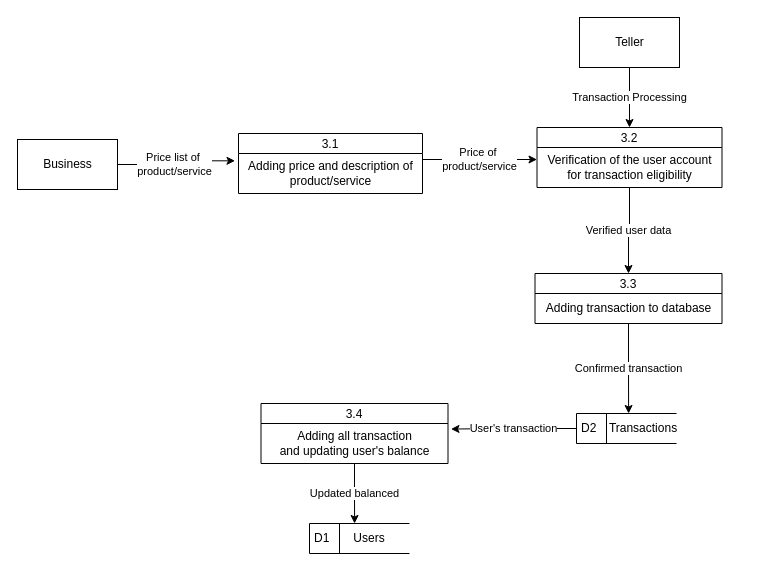
The draw.io diagram page "DFD - 3.0" (12 of 15) of docs/AUPay Diagrams.drawio in 1icolo/AUPay, before the edit. Source tidied: cells renumbered, new cells numbered last; positions are measured from the earlier drawing's top-left corner, leaving out a move shared by most shapes. Both pictures are drawn from the tidied source at 100%, with x=0, y=0 at pixel (17, 17).
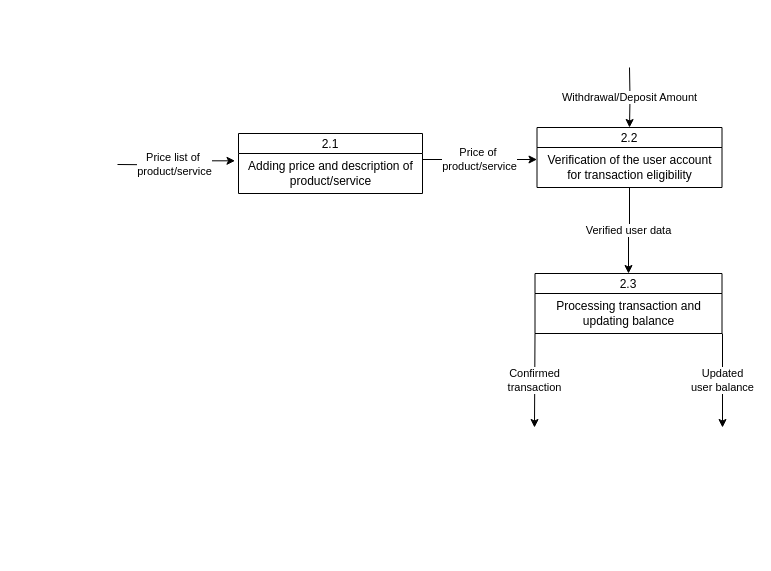
After the change.

The change refers to these unchanged cells:
```xml
<mxCell id="12" value="Adding price and description of &lt;br&gt;product/service" style="text;html=1;align=center;verticalAlign=middle;points=[];strokeColor=none;fillColor=none;" parent="11" vertex="1">
  <mxGeometry y="20" width="184" height="40" as="geometry" />
</mxCell>
```

The edit, as a diff of the source:
```diff
@@
-    <mxCell id="3" style="group;" parent="1" vertex="1">
-      <mxGeometry x="559" y="396" width="100" height="30" as="geometry" />
-    </mxCell>
-    <mxCell id="4" value="D2" style="html=1;dashed=0;whitespace=wrap;shape=mxgraph.dfd.dataStoreID;align=left;spacingLeft=3;points=[[0,0],[0.5,0],[1,0],[0,0.5],[1,0.5],[0,1],[0.5,1],[1,1]];" parent="3" vertex="1">
-      <mxGeometry width="100" height="30" as="geometry" />
-    </mxCell>
-    <mxCell id="5" value="Transactions" style="text;strokeColor=none;align=center;fillColor=none;html=1;verticalAlign=middle;whiteSpace=wrap;rounded=0;" parent="3" vertex="1">
-      <mxGeometry x="37.1" width="60" height="30" as="geometry" />
-    </mxCell>
-    <mxCell id="6" style="group;" parent="1" vertex="1">
-      <mxGeometry x="292" y="506" width="100" height="30" as="geometry" />
-    </mxCell>
-    <mxCell id="7" value="D1" style="html=1;dashed=0;whitespace=wrap;shape=mxgraph.dfd.dataStoreID;align=left;spacingLeft=3;" parent="6" vertex="1">
-      <mxGeometry width="100" height="30" as="geometry" />
-    </mxCell>
-    <mxCell id="8" value="Users" style="text;strokeColor=none;align=center;fillColor=none;html=1;verticalAlign=middle;whiteSpace=wrap;rounded=0;" parent="6" vertex="1">
-      <mxGeometry x="30.1" width="60" height="30" as="geometry" />
-    </mxCell>
-    <mxCell id="9" value="Price list of&amp;nbsp;&lt;br&gt;product/service" style="edgeStyle=orthogonalEdgeStyle;rounded=0;jettySize=auto;html=1;entryX=-0.019;entryY=0.183;entryDx=0;entryDy=0;entryPerimeter=0;" parent="1" edge="1" source="10" target="12">
-      <mxGeometry x="-0.06" relative="1" as="geometry" />
+    <mxCell id="9" value="Price list of&amp;nbsp;&lt;br&gt;product/service" style="edgeStyle=orthogonalEdgeStyle;rounded=0;jettySize=auto;html=1;entryX=-0.019;entryY=0.183;entryDx=0;entryDy=0;entryPerimeter=0;" parent="1" edge="1" target="12">
+      <mxGeometry x="-0.06" relative="1" as="geometry">
+        <mxPoint x="100" y="147" as="sourcePoint" />
+      </mxGeometry>
     </mxCell>
-    <mxCell id="10" value="Business" style="html=1;dashed=0;whitespace=wrap;rounded=0;sketch=0;shadow=0;" parent="1" vertex="1">
-      <mxGeometry y="122" width="100" height="50" as="geometry" />
-    </mxCell>
-    <mxCell id="11" value="3.1" style="swimlane;fontStyle=0;horizontal=1;startSize=20;fillColor=#ffffff;swimlaneFillColor=#ffffff;rounded=0;shadow=0;sketch=0;" parent="1" vertex="1">
+    <mxCell id="11" value="2.1" style="swimlane;fontStyle=0;horizontal=1;startSize=20;fillColor=#ffffff;swimlaneFillColor=#ffffff;rounded=0;shadow=0;sketch=0;" parent="1" vertex="1">
       <mxGeometry x="221" y="116" width="184" height="60" as="geometry" />
     </mxCell>
@@
-    <mxCell id="13" value="3.2" style="swimlane;fontStyle=0;horizontal=1;startSize=20;fillColor=#ffffff;swimlaneFillColor=#ffffff;rounded=0;shadow=0;sketch=0;" parent="1" vertex="1">
+    <mxCell id="13" value="2.2" style="swimlane;fontStyle=0;horizontal=1;startSize=20;fillColor=#ffffff;swimlaneFillColor=#ffffff;rounded=0;shadow=0;sketch=0;" parent="1" vertex="1">
       <mxGeometry x="519.5" y="110" width="185" height="60" as="geometry" />
     </mxCell>
@@
+    <mxCell id="26" value="Updated &lt;br&gt;user balance" style="edgeStyle=orthogonalEdgeStyle;rounded=0;jettySize=auto;html=1;exitX=1;exitY=1;exitDx=0;exitDy=0;" parent="1" edge="1" source="16">
+      <mxGeometry relative="1" as="geometry">
+        <mxPoint x="705" y="410" as="targetPoint" />
+        <Array as="points">
+          <mxPoint x="705" y="410" />
+        </Array>
+      </mxGeometry>
+    </mxCell>
-    <mxCell id="16" value="3.3" style="swimlane;fontStyle=0;horizontal=1;startSize=20;fillColor=#ffffff;swimlaneFillColor=#ffffff;rounded=0;shadow=0;sketch=0;" parent="1" vertex="1">
-      <mxGeometry x="517.5" y="256" width="187" height="50" as="geometry" />
+    <mxCell id="16" value="2.3" style="swimlane;fontStyle=0;horizontal=1;startSize=20;fillColor=#ffffff;swimlaneFillColor=#ffffff;rounded=0;shadow=0;sketch=0;" parent="1" vertex="1">
+      <mxGeometry x="517.5" y="256" width="187" height="60" as="geometry" />
     </mxCell>
-    <mxCell id="17" value="Adding transaction to database" style="text;html=1;align=center;verticalAlign=middle;points=[];strokeColor=none;fillColor=none;" parent="16" vertex="1">
-      <mxGeometry y="20" width="187" height="30" as="geometry" />
-    </mxCell>
+    <mxCell id="27" value="Processing transaction and&lt;br&gt;updating balance" style="text;html=1;align=center;verticalAlign=middle;strokeColor=none;fillColor=none;" parent="16" vertex="1">
+      <mxGeometry y="20" width="187" height="40" as="geometry" />
+    </mxCell>
@@
-    <mxCell id="19" value="Confirmed transaction" style="edgeStyle=orthogonalEdgeStyle;rounded=0;jettySize=auto;html=1;entryX=0.25;entryY=0;entryDx=0;entryDy=0;" parent="1" edge="1" source="17" target="5">
-      <mxGeometry relative="1" as="geometry" />
+    <mxCell id="19" value="Confirmed &lt;br&gt;transaction" style="edgeStyle=orthogonalEdgeStyle;rounded=0;jettySize=auto;html=1;exitX=0;exitY=1;exitDx=0;exitDy=0;" parent="1" edge="1" source="16">
+      <mxGeometry relative="1" as="geometry">
+        <mxPoint x="517" y="410" as="targetPoint" />
+      </mxGeometry>
     </mxCell>
-    <mxCell id="20" value="Updated balanced" style="edgeStyle=orthogonalEdgeStyle;rounded=0;jettySize=auto;html=1;entryX=0.25;entryY=0;entryDx=0;entryDy=0;" parent="1" edge="1" source="21" target="8">
-      <mxGeometry relative="1" as="geometry" />
-    </mxCell>
-    <mxCell id="21" value="3.4" style="swimlane;fontStyle=0;horizontal=1;startSize=20;fillColor=#ffffff;swimlaneFillColor=#ffffff;rounded=0;shadow=0;sketch=0;" parent="1" vertex="1">
-      <mxGeometry x="243.5" y="386" width="187" height="60" as="geometry" />
-    </mxCell>
-    <mxCell id="22" value="Adding all transaction&lt;br&gt;and updating user's balance" style="text;html=1;align=center;verticalAlign=middle;points=[];strokeColor=none;fillColor=none;" parent="21" vertex="1">
-      <mxGeometry y="20" width="187" height="40" as="geometry" />
-    </mxCell>
-    <mxCell id="23" value="User's transaction" style="edgeStyle=orthogonalEdgeStyle;rounded=0;jettySize=auto;html=1;entryX=1.016;entryY=0.138;entryDx=0;entryDy=0;entryPerimeter=0;" parent="1" edge="1" source="4" target="22">
-      <mxGeometry relative="1" as="geometry" />
-    </mxCell>
-    <mxCell id="24" value="Transaction Processing" style="edgeStyle=orthogonalEdgeStyle;rounded=0;jettySize=auto;html=1;" parent="1" edge="1" source="25" target="13">
-      <mxGeometry relative="1" as="geometry" />
+    <mxCell id="24" value="Withdrawal/Deposit Amount" style="edgeStyle=orthogonalEdgeStyle;rounded=0;jettySize=auto;html=1;" parent="1" edge="1" target="13">
+      <mxGeometry relative="1" as="geometry">
+        <mxPoint x="612" y="50" as="sourcePoint" />
+      </mxGeometry>
     </mxCell>
-    <mxCell id="25" value="Teller" style="html=1;dashed=0;whitespace=wrap;rounded=0;sketch=0;shadow=0;" parent="1" vertex="1">
-      <mxGeometry x="562" width="100" height="50" as="geometry" />
-    </mxCell>
```
